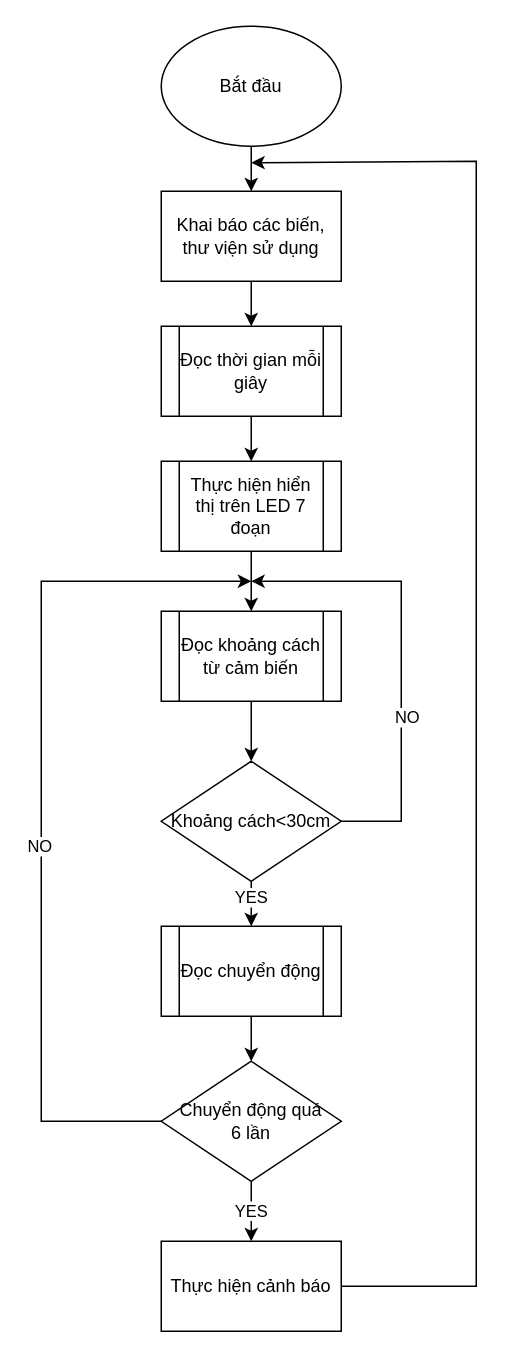
Earlier version of the draw.io diagram Lưu đồ chung.drawio (ngxziet/doan1). Source tidied: cells renumbered, new cells numbered last; positions are measured from the earlier drawing's top-left corner, leaving out a move shared by most shapes. Both pictures are drawn from the tidied source at 150%, with x=0, y=0 at pixel (40, 26).
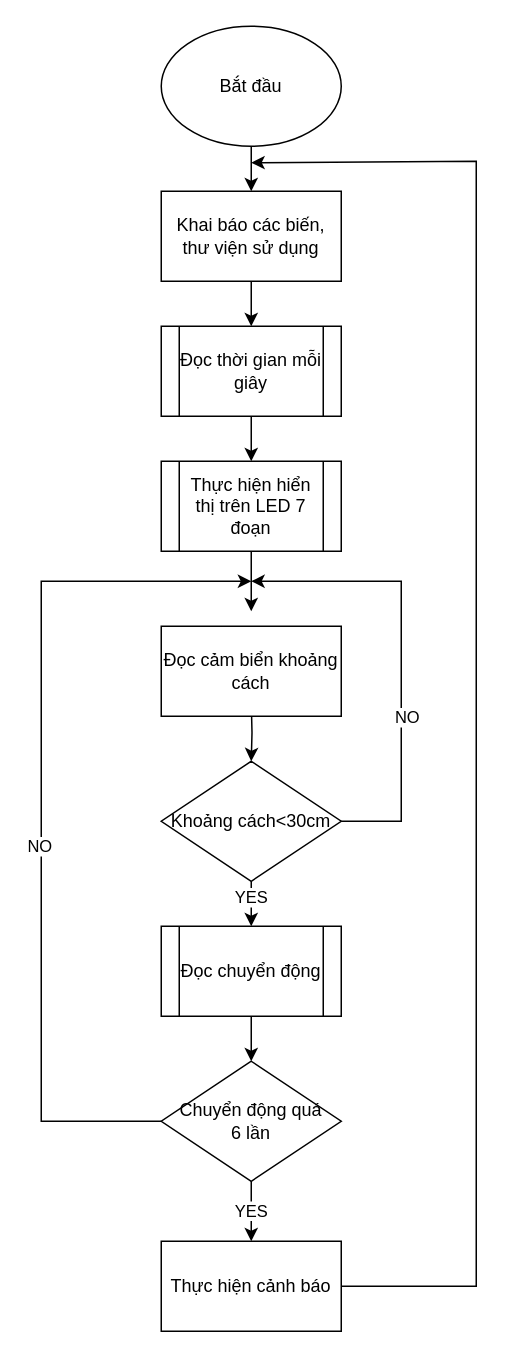
The same diagram, later.

Commit message (it also covers changes not shown here):
Cập nhật Lưu đồ chung.drawio

Unchanged cells that the change refers to:
```xml
<mxCell id="12" value="Khoảng cách&amp;lt;30cm" style="rhombus;whiteSpace=wrap;html=1;" parent="1" vertex="1">
  <mxGeometry x="80" y="490" width="120" height="80" as="geometry" />
</mxCell>
<mxCell id="19" value="Thực hiện hiển thị trên LED 7 đoạn" style="shape=process;whiteSpace=wrap;html=1;backgroundOutline=1;" parent="1" vertex="1">
  <mxGeometry x="80" y="290" width="120" height="60" as="geometry" />
</mxCell>
```

Change to the diagram source:
```diff
@@
-    <mxCell id="8" style="edgeStyle=orthogonalEdgeStyle;rounded=0;jettySize=auto;html=1;" parent="1" edge="1" source="9" target="12">
-      <mxGeometry relative="1" as="geometry" />
+    <mxCell id="8" style="edgeStyle=orthogonalEdgeStyle;rounded=0;jettySize=auto;html=1;" parent="1" edge="1" target="12">
+      <mxGeometry relative="1" as="geometry">
+        <mxPoint x="140" y="450" as="sourcePoint" />
+      </mxGeometry>
     </mxCell>
-    <mxCell id="9" value="Đọc khoảng cách từ cảm biến" style="shape=process;whiteSpace=wrap;html=1;backgroundOutline=1;" parent="1" vertex="1">
-      <mxGeometry x="80" y="390" width="120" height="60" as="geometry" />
-    </mxCell>
@@
-    <mxCell id="18" style="edgeStyle=orthogonalEdgeStyle;rounded=0;jettySize=auto;html=1;" parent="1" edge="1" source="19" target="9">
-      <mxGeometry relative="1" as="geometry" />
+    <mxCell id="18" style="edgeStyle=orthogonalEdgeStyle;rounded=0;jettySize=auto;html=1;" parent="1" edge="1" source="19">
+      <mxGeometry relative="1" as="geometry">
+        <mxPoint x="140" y="390" as="targetPoint" />
+      </mxGeometry>
     </mxCell>
@@
+    <mxCell id="25" value="Đọc cảm biển khoảng cách" style="rounded=0;whiteSpace=wrap;html=1;" parent="1" vertex="1">
+      <mxGeometry x="80" y="400" width="120" height="60" as="geometry" />
+    </mxCell>
```
